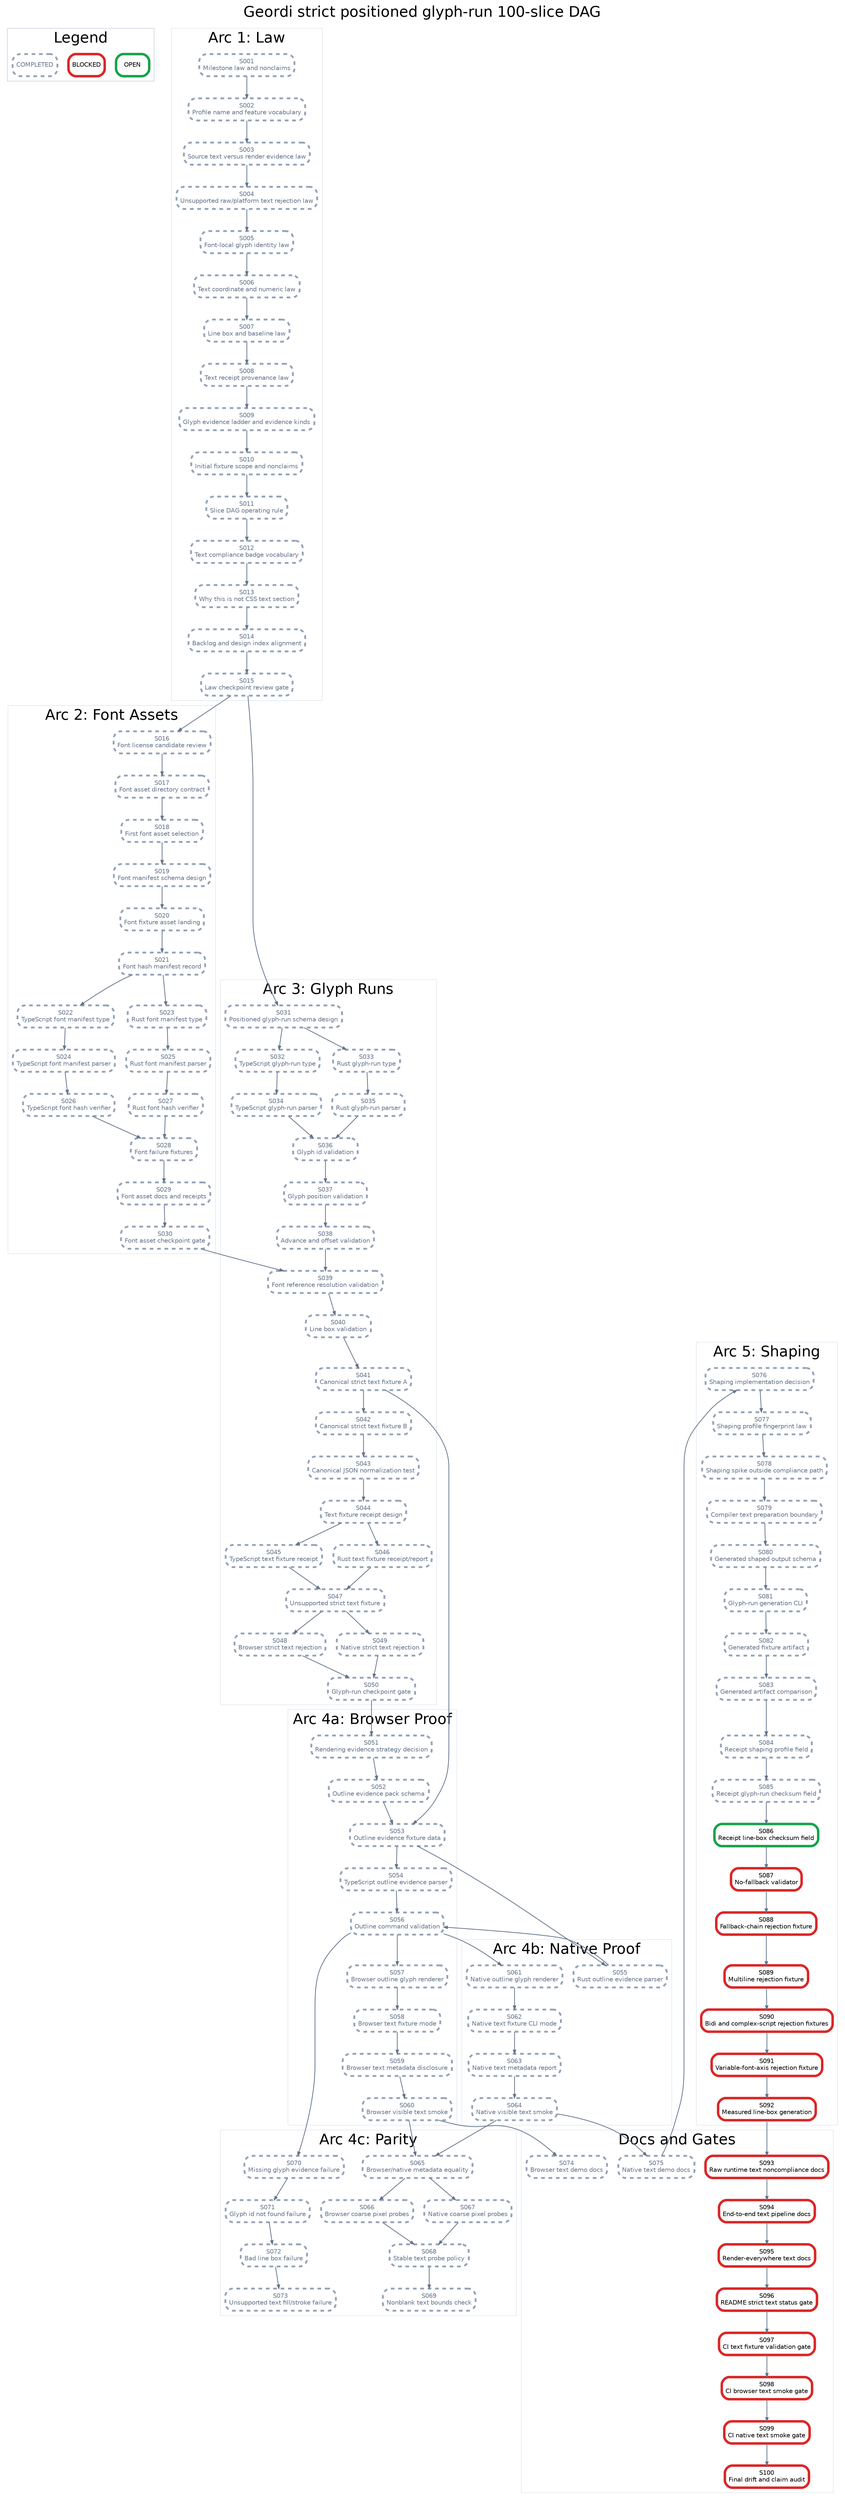
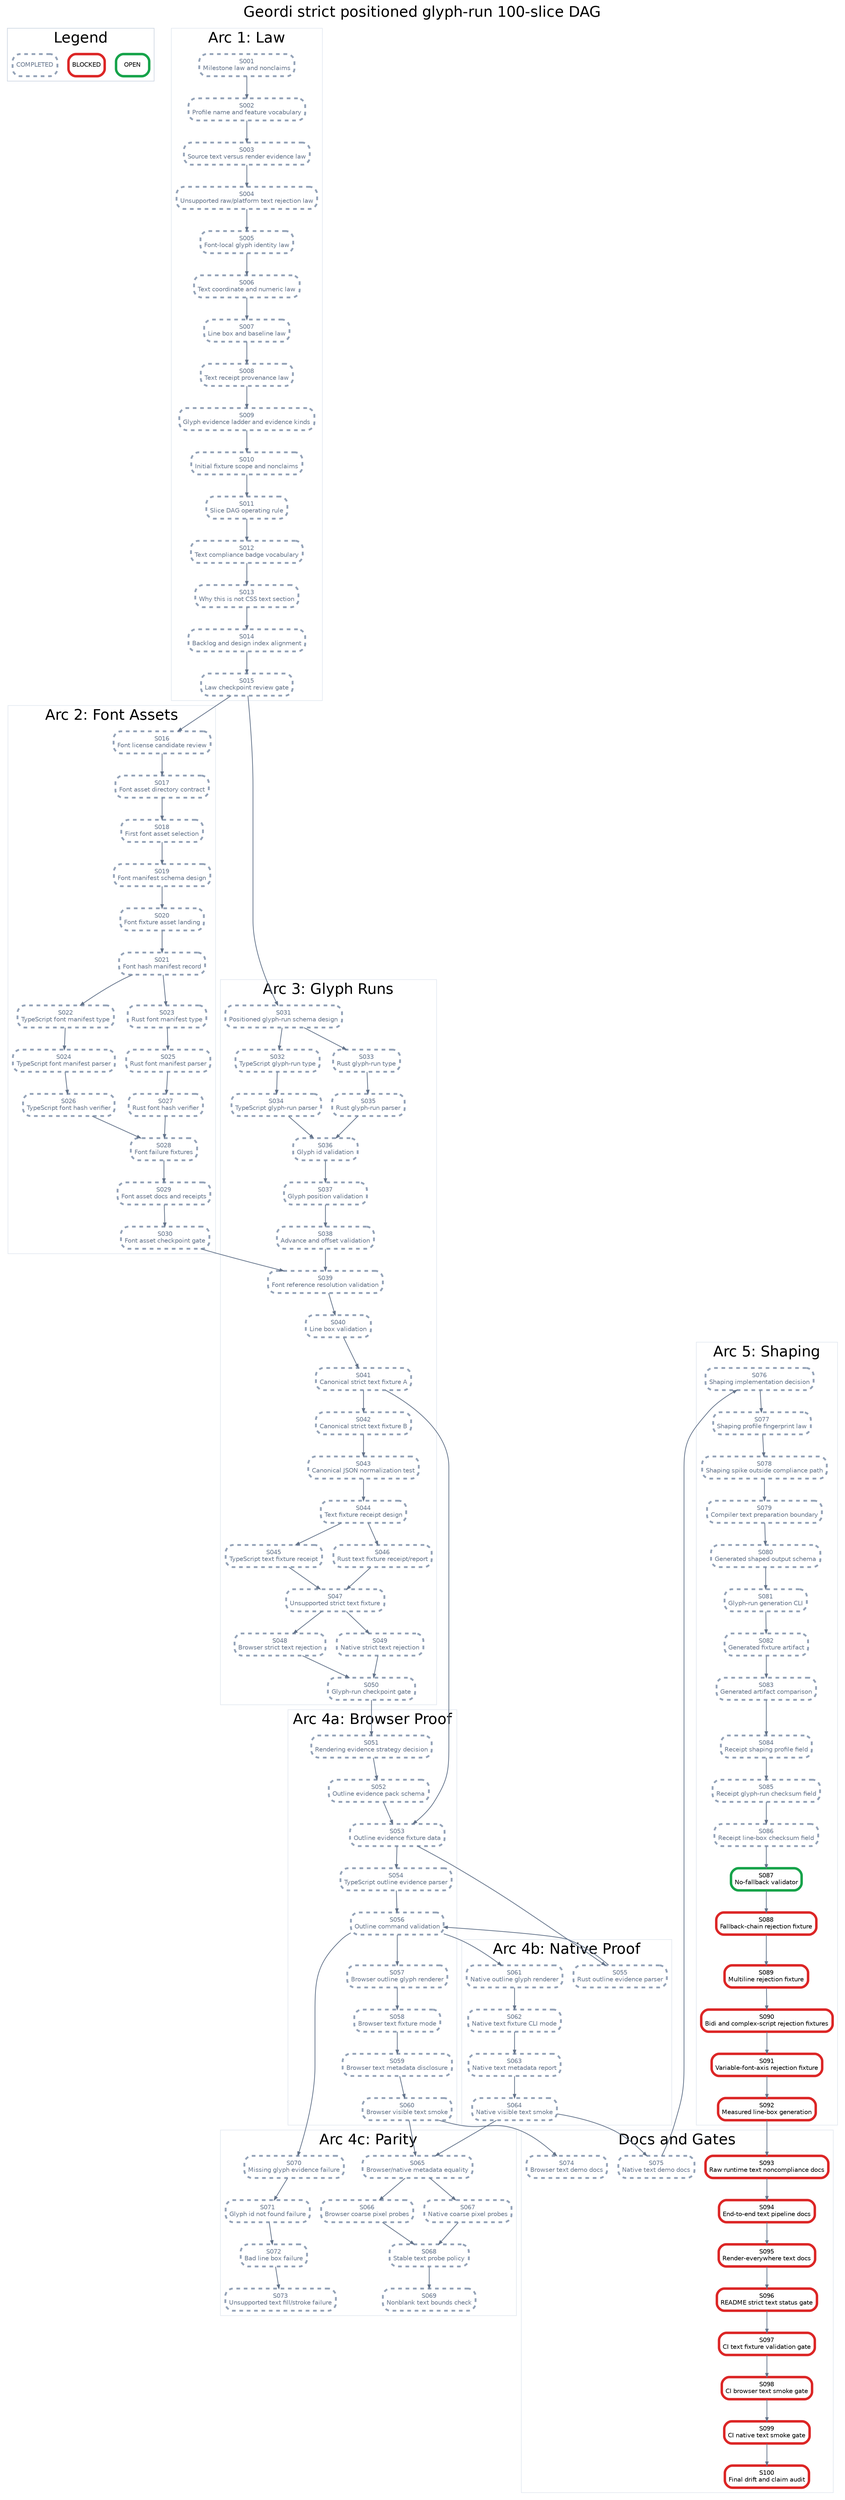
digraph StrictPositionedGlyphRunPlan {
  graph [rankdir=TB, bgcolor="white", fontname="Helvetica", label="Geordi strict positioned glyph-run 100-slice DAG", labelloc="t", fontsize=24];
  node [shape=box, style="rounded,filled", fillcolor="white", fontname="Helvetica", fontsize=10, margin="0.08,0.05"];
  edge [color="#64748b", arrowsize=0.6, penwidth=1.2];

  subgraph cluster_legend {
    label="Legend";
    color="#cbd5e1";
    legend_open [label="OPEN", color="#16a34a", penwidth=4];
    legend_blocked [label="BLOCKED", color="#dc2626", penwidth=4];
    legend_done [label="COMPLETED", color="#94a3b8", penwidth=3, style="rounded,filled,dashed", fontcolor="#64748b"];
  }

  subgraph cluster_law {
    label="Arc 1: Law";
    color="#e2e8f0";
    S001 [label="S001\nMilestone law and nonclaims", color="#94a3b8", penwidth=3, style="rounded,filled,dashed", fontcolor="#64748b"];
    S002 [label="S002\nProfile name and feature vocabulary", color="#94a3b8", penwidth=3, style="rounded,filled,dashed", fontcolor="#64748b"];
    S003 [label="S003\nSource text versus render evidence law", color="#94a3b8", penwidth=3, style="rounded,filled,dashed", fontcolor="#64748b"];
    S004 [label="S004\nUnsupported raw/platform text rejection law", color="#94a3b8", penwidth=3, style="rounded,filled,dashed", fontcolor="#64748b"];
    S005 [label="S005\nFont-local glyph identity law", color="#94a3b8", penwidth=3, style="rounded,filled,dashed", fontcolor="#64748b"];
    S006 [label="S006\nText coordinate and numeric law", color="#94a3b8", penwidth=3, style="rounded,filled,dashed", fontcolor="#64748b"];
    S007 [label="S007\nLine box and baseline law", color="#94a3b8", penwidth=3, style="rounded,filled,dashed", fontcolor="#64748b"];
    S008 [label="S008\nText receipt provenance law", color="#94a3b8", penwidth=3, style="rounded,filled,dashed", fontcolor="#64748b"];
    S009 [label="S009\nGlyph evidence ladder and evidence kinds", color="#94a3b8", penwidth=3, style="rounded,filled,dashed", fontcolor="#64748b"];
    S010 [label="S010\nInitial fixture scope and nonclaims", color="#94a3b8", penwidth=3, style="rounded,filled,dashed", fontcolor="#64748b"];
    S011 [label="S011\nSlice DAG operating rule", color="#94a3b8", penwidth=3, style="rounded,filled,dashed", fontcolor="#64748b"];
    S012 [label="S012\nText compliance badge vocabulary", color="#94a3b8", penwidth=3, style="rounded,filled,dashed", fontcolor="#64748b"];
    S013 [label="S013\nWhy this is not CSS text section", color="#94a3b8", penwidth=3, style="rounded,filled,dashed", fontcolor="#64748b"];
    S014 [label="S014\nBacklog and design index alignment", color="#94a3b8", penwidth=3, style="rounded,filled,dashed", fontcolor="#64748b"];
    S015 [label="S015\nLaw checkpoint review gate", color="#94a3b8", penwidth=3, style="rounded,filled,dashed", fontcolor="#64748b"];
  }

  subgraph cluster_assets {
    label="Arc 2: Font Assets";
    color="#e2e8f0";
    S016 [label="S016\nFont license candidate review", color="#94a3b8", penwidth=3, style="rounded,filled,dashed", fontcolor="#64748b"];
    S017 [label="S017\nFont asset directory contract", color="#94a3b8", penwidth=3, style="rounded,filled,dashed", fontcolor="#64748b"];
    S018 [label="S018\nFirst font asset selection", color="#94a3b8", penwidth=3, style="rounded,filled,dashed", fontcolor="#64748b"];
    S019 [label="S019\nFont manifest schema design", color="#94a3b8", penwidth=3, style="rounded,filled,dashed", fontcolor="#64748b"];
    S020 [label="S020\nFont fixture asset landing", color="#94a3b8", penwidth=3, style="rounded,filled,dashed", fontcolor="#64748b"];
    S021 [label="S021\nFont hash manifest record", color="#94a3b8", penwidth=3, style="rounded,filled,dashed", fontcolor="#64748b"];
    S022 [label="S022\nTypeScript font manifest type", color="#94a3b8", penwidth=3, style="rounded,filled,dashed", fontcolor="#64748b"];
    S023 [label="S023\nRust font manifest type", color="#94a3b8", penwidth=3, style="rounded,filled,dashed", fontcolor="#64748b"];
    S024 [label="S024\nTypeScript font manifest parser", color="#94a3b8", penwidth=3, style="rounded,filled,dashed", fontcolor="#64748b"];
    S025 [label="S025\nRust font manifest parser", color="#94a3b8", penwidth=3, style="rounded,filled,dashed", fontcolor="#64748b"];
    S026 [label="S026\nTypeScript font hash verifier", color="#94a3b8", penwidth=3, style="rounded,filled,dashed", fontcolor="#64748b"];
    S027 [label="S027\nRust font hash verifier", color="#94a3b8", penwidth=3, style="rounded,filled,dashed", fontcolor="#64748b"];
    S028 [label="S028\nFont failure fixtures", color="#94a3b8", penwidth=3, style="rounded,filled,dashed", fontcolor="#64748b"];
    S029 [label="S029\nFont asset docs and receipts", color="#94a3b8", penwidth=3, style="rounded,filled,dashed", fontcolor="#64748b"];
    S030 [label="S030\nFont asset checkpoint gate", color="#94a3b8", penwidth=3, style="rounded,filled,dashed", fontcolor="#64748b"];
  }

  subgraph cluster_glyph {
    label="Arc 3: Glyph Runs";
    color="#e2e8f0";
    S031 [label="S031\nPositioned glyph-run schema design", color="#94a3b8", penwidth=3, style="rounded,filled,dashed", fontcolor="#64748b"];
    S032 [label="S032\nTypeScript glyph-run type", color="#94a3b8", penwidth=3, style="rounded,filled,dashed", fontcolor="#64748b"];
    S033 [label="S033\nRust glyph-run type", color="#94a3b8", penwidth=3, style="rounded,filled,dashed", fontcolor="#64748b"];
    S034 [label="S034\nTypeScript glyph-run parser", color="#94a3b8", penwidth=3, style="rounded,filled,dashed", fontcolor="#64748b"];
    S035 [label="S035\nRust glyph-run parser", color="#94a3b8", penwidth=3, style="rounded,filled,dashed", fontcolor="#64748b"];
    S036 [label="S036\nGlyph id validation", color="#94a3b8", penwidth=3, style="rounded,filled,dashed", fontcolor="#64748b"];
    S037 [label="S037\nGlyph position validation", color="#94a3b8", penwidth=3, style="rounded,filled,dashed", fontcolor="#64748b"];
    S038 [label="S038\nAdvance and offset validation", color="#94a3b8", penwidth=3, style="rounded,filled,dashed", fontcolor="#64748b"];
    S039 [label="S039\nFont reference resolution validation", color="#94a3b8", penwidth=3, style="rounded,filled,dashed", fontcolor="#64748b"];
    S040 [label="S040\nLine box validation", color="#94a3b8", penwidth=3, style="rounded,filled,dashed", fontcolor="#64748b"];
    S041 [label="S041\nCanonical strict text fixture A", color="#94a3b8", penwidth=3, style="rounded,filled,dashed", fontcolor="#64748b"];
    S042 [label="S042\nCanonical strict text fixture B", color="#94a3b8", penwidth=3, style="rounded,filled,dashed", fontcolor="#64748b"];
    S043 [label="S043\nCanonical JSON normalization test", color="#94a3b8", penwidth=3, style="rounded,filled,dashed", fontcolor="#64748b"];
    S044 [label="S044\nText fixture receipt design", color="#94a3b8", penwidth=3, style="rounded,filled,dashed", fontcolor="#64748b"];
    S045 [label="S045\nTypeScript text fixture receipt", color="#94a3b8", penwidth=3, style="rounded,filled,dashed", fontcolor="#64748b"];
    S046 [label="S046\nRust text fixture receipt/report", color="#94a3b8", penwidth=3, style="rounded,filled,dashed", fontcolor="#64748b"];
    S047 [label="S047\nUnsupported strict text fixture", color="#94a3b8", penwidth=3, style="rounded,filled,dashed", fontcolor="#64748b"];
    S048 [label="S048\nBrowser strict text rejection", color="#94a3b8", penwidth=3, style="rounded,filled,dashed", fontcolor="#64748b"];
    S049 [label="S049\nNative strict text rejection", color="#94a3b8", penwidth=3, style="rounded,filled,dashed", fontcolor="#64748b"];
    S050 [label="S050\nGlyph-run checkpoint gate", color="#94a3b8", penwidth=3, style="rounded,filled,dashed", fontcolor="#64748b"];
  }

  subgraph cluster_browser {
    label="Arc 4a: Browser Proof";
    color="#e2e8f0";
    S051 [label="S051\nRendering evidence strategy decision", color="#94a3b8", penwidth=3, style="rounded,filled,dashed", fontcolor="#64748b"];
    S052 [label="S052\nOutline evidence pack schema", color="#94a3b8", penwidth=3, style="rounded,filled,dashed", fontcolor="#64748b"];
    S053 [label="S053\nOutline evidence fixture data", color="#94a3b8", penwidth=3, style="rounded,filled,dashed", fontcolor="#64748b"];
    S054 [label="S054\nTypeScript outline evidence parser", color="#94a3b8", penwidth=3, style="rounded,filled,dashed", fontcolor="#64748b"];
    S056 [label="S056\nOutline command validation", color="#94a3b8", penwidth=3, style="rounded,filled,dashed", fontcolor="#64748b"];
    S057 [label="S057\nBrowser outline glyph renderer", color="#94a3b8", penwidth=3, style="rounded,filled,dashed", fontcolor="#64748b"];
    S058 [label="S058\nBrowser text fixture mode", color="#94a3b8", penwidth=3, style="rounded,filled,dashed", fontcolor="#64748b"];
    S059 [label="S059\nBrowser text metadata disclosure", color="#94a3b8", penwidth=3, style="rounded,filled,dashed", fontcolor="#64748b"];
    S060 [label="S060\nBrowser visible text smoke", color="#94a3b8", penwidth=3, style="rounded,filled,dashed", fontcolor="#64748b"];
  }

  subgraph cluster_native {
    label="Arc 4b: Native Proof";
    color="#e2e8f0";
    S055 [label="S055\nRust outline evidence parser", color="#94a3b8", penwidth=3, style="rounded,filled,dashed", fontcolor="#64748b"];
    S061 [label="S061\nNative outline glyph renderer", color="#94a3b8", penwidth=3, style="rounded,filled,dashed", fontcolor="#64748b"];
    S062 [label="S062\nNative text fixture CLI mode", color="#94a3b8", penwidth=3, style="rounded,filled,dashed", fontcolor="#64748b"];
    S063 [label="S063\nNative text metadata report", color="#94a3b8", penwidth=3, style="rounded,filled,dashed", fontcolor="#64748b"];
    S064 [label="S064\nNative visible text smoke", color="#94a3b8", penwidth=3, style="rounded,filled,dashed", fontcolor="#64748b"];
  }

  subgraph cluster_parity {
    label="Arc 4c: Parity";
    color="#e2e8f0";
    S065 [label="S065\nBrowser/native metadata equality", color="#94a3b8", penwidth=3, style="rounded,filled,dashed", fontcolor="#64748b"];
    S066 [label="S066\nBrowser coarse pixel probes", color="#94a3b8", penwidth=3, style="rounded,filled,dashed", fontcolor="#64748b"];
    S067 [label="S067\nNative coarse pixel probes", color="#94a3b8", penwidth=3, style="rounded,filled,dashed", fontcolor="#64748b"];
    S068 [label="S068\nStable text probe policy", color="#94a3b8", penwidth=3, style="rounded,filled,dashed", fontcolor="#64748b"];
    S069 [label="S069\nNonblank text bounds check", color="#94a3b8", penwidth=3, style="rounded,filled,dashed", fontcolor="#64748b"];
    S070 [label="S070\nMissing glyph evidence failure", color="#94a3b8", penwidth=3, style="rounded,filled,dashed", fontcolor="#64748b"];
    S071 [label="S071\nGlyph id not found failure", color="#94a3b8", penwidth=3, style="rounded,filled,dashed", fontcolor="#64748b"];
    S072 [label="S072\nBad line box failure", color="#94a3b8", penwidth=3, style="rounded,filled,dashed", fontcolor="#64748b"];
    S073 [label="S073\nUnsupported text fill/stroke failure", color="#94a3b8", penwidth=3, style="rounded,filled,dashed", fontcolor="#64748b"];
  }

  subgraph cluster_shaping {
    label="Arc 5: Shaping";
    color="#e2e8f0";
    S076 [label="S076\nShaping implementation decision", color="#94a3b8", penwidth=3, style="rounded,filled,dashed", fontcolor="#64748b"];
    S077 [label="S077\nShaping profile fingerprint law", color="#94a3b8", penwidth=3, style="rounded,filled,dashed", fontcolor="#64748b"];
    S078 [label="S078\nShaping spike outside compliance path", color="#94a3b8", penwidth=3, style="rounded,filled,dashed", fontcolor="#64748b"];
    S079 [label="S079\nCompiler text preparation boundary", color="#94a3b8", penwidth=3, style="rounded,filled,dashed", fontcolor="#64748b"];
    S080 [label="S080\nGenerated shaped output schema", color="#94a3b8", penwidth=3, style="rounded,filled,dashed", fontcolor="#64748b"];
    S081 [label="S081\nGlyph-run generation CLI", color="#94a3b8", penwidth=3, style="rounded,filled,dashed", fontcolor="#64748b"];
    S082 [label="S082\nGenerated fixture artifact", color="#94a3b8", penwidth=3, style="rounded,filled,dashed", fontcolor="#64748b"];
    S083 [label="S083\nGenerated artifact comparison", color="#94a3b8", penwidth=3, style="rounded,filled,dashed", fontcolor="#64748b"];
    S084 [label="S084\nReceipt shaping profile field", color="#94a3b8", penwidth=3, style="rounded,filled,dashed", fontcolor="#64748b"];
    S085 [label="S085\nReceipt glyph-run checksum field", color="#94a3b8", penwidth=3, style="rounded,filled,dashed", fontcolor="#64748b"];
-     S086 [label="S086\nReceipt line-box checksum field", color="#16a34a", penwidth=4];
-     S087 [label="S087\nNo-fallback validator", color="#dc2626", penwidth=4];
+     S086 [label="S086\nReceipt line-box checksum field", color="#94a3b8", penwidth=3, style="rounded,filled,dashed", fontcolor="#64748b"];
+     S087 [label="S087\nNo-fallback validator", color="#16a34a", penwidth=4];
    S088 [label="S088\nFallback-chain rejection fixture", color="#dc2626", penwidth=4];
    S089 [label="S089\nMultiline rejection fixture", color="#dc2626", penwidth=4];
    S090 [label="S090\nBidi and complex-script rejection fixtures", color="#dc2626", penwidth=4];
    S091 [label="S091\nVariable-font-axis rejection fixture", color="#dc2626", penwidth=4];
    S092 [label="S092\nMeasured line-box generation", color="#dc2626", penwidth=4];
  }

  subgraph cluster_docs {
    label="Docs and Gates";
    color="#e2e8f0";
    S074 [label="S074\nBrowser text demo docs", color="#94a3b8", penwidth=3, style="rounded,filled,dashed", fontcolor="#64748b"];
    S075 [label="S075\nNative text demo docs", color="#94a3b8", penwidth=3, style="rounded,filled,dashed", fontcolor="#64748b"];
    S093 [label="S093\nRaw runtime text noncompliance docs", color="#dc2626", penwidth=4];
    S094 [label="S094\nEnd-to-end text pipeline docs", color="#dc2626", penwidth=4];
    S095 [label="S095\nRender-everywhere text docs", color="#dc2626", penwidth=4];
    S096 [label="S096\nREADME strict text status gate", color="#dc2626", penwidth=4];
    S097 [label="S097\nCI text fixture validation gate", color="#dc2626", penwidth=4];
    S098 [label="S098\nCI browser text smoke gate", color="#dc2626", penwidth=4];
    S099 [label="S099\nCI native text smoke gate", color="#dc2626", penwidth=4];
    S100 [label="S100\nFinal drift and claim audit", color="#dc2626", penwidth=4];
  }

  S001 -> S002;
  S002 -> S003;
  S003 -> S004;
  S004 -> S005;
  S005 -> S006;
  S006 -> S007;
  S007 -> S008;
  S008 -> S009;
  S009 -> S010;
  S010 -> S011;
  S011 -> S012;
  S012 -> S013;
  S013 -> S014;
  S014 -> S015;
  S015 -> S016;
  S016 -> S017;
  S017 -> S018;
  S018 -> S019;
  S019 -> S020;
  S020 -> S021;
  S021 -> S022;
  S021 -> S023;
  S022 -> S024;
  S023 -> S025;
  S024 -> S026;
  S025 -> S027;
  S026 -> S028;
  S027 -> S028;
  S028 -> S029;
  S029 -> S030;
  S015 -> S031;
  S031 -> S032;
  S031 -> S033;
  S032 -> S034;
  S033 -> S035;
  S034 -> S036;
  S035 -> S036;
  S036 -> S037;
  S037 -> S038;
  S038 -> S039;
  S039 -> S040;
  S030 -> S039;
  S040 -> S041;
  S041 -> S042;
  S042 -> S043;
  S043 -> S044;
  S044 -> S045;
  S044 -> S046;
  S045 -> S047;
  S046 -> S047;
  S047 -> S048;
  S047 -> S049;
  S048 -> S050;
  S049 -> S050;
  S050 -> S051;
  S051 -> S052;
  S052 -> S053;
  S041 -> S053;
  S053 -> S054;
  S053 -> S055;
  S054 -> S056;
  S055 -> S056;
  S056 -> S057;
  S057 -> S058;
  S058 -> S059;
  S059 -> S060;
  S056 -> S061;
  S061 -> S062;
  S062 -> S063;
  S063 -> S064;
  S060 -> S065;
  S064 -> S065;
  S065 -> S066;
  S065 -> S067;
  S066 -> S068;
  S067 -> S068;
  S068 -> S069;
  S056 -> S070;
  S070 -> S071;
  S071 -> S072;
  S072 -> S073;
  S060 -> S074;
  S064 -> S075;
  S075 -> S076;
  S076 -> S077;
  S077 -> S078;
  S078 -> S079;
  S079 -> S080;
  S080 -> S081;
  S081 -> S082;
  S082 -> S083;
  S083 -> S084;
  S084 -> S085;
  S085 -> S086;
  S086 -> S087;
  S087 -> S088;
  S088 -> S089;
  S089 -> S090;
  S090 -> S091;
  S091 -> S092;
  S092 -> S093;
  S093 -> S094;
  S094 -> S095;
  S095 -> S096;
  S096 -> S097;
  S097 -> S098;
  S098 -> S099;
  S099 -> S100;
}
